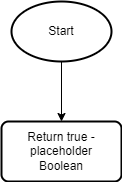
This is Final submission/Behaviour control flow/WalkaboutControlFlow.png from XLmT09/Bunny-Robot, a draw.io export, as it was before one commit. Source tidied: cells renumbered, new cells last; positions are measured from the earlier drawing's top-left corner, leaving out a move shared by most shapes.
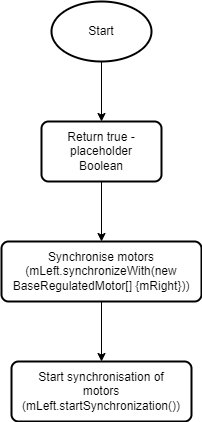
The same diagram one commit later.

Change to the diagram source:
```diff
@@ -12,10 +12,10 @@
       <mxGeometry x="20" y="15" width="60" height="30" as="geometry" />
     </mxCell>
     <mxCell id="5" style="group;" parent="1" vertex="1">
-      <mxGeometry y="120" width="120" height="60" as="geometry" />
+      <mxGeometry y="120" width="120" height="70" as="geometry" />
     </mxCell>
     <mxCell id="6" style="group;" parent="5" vertex="1">
-      <mxGeometry width="120" height="60" as="geometry" />
+      <mxGeometry width="120" height="70" as="geometry" />
     </mxCell>
     <mxCell id="7" style="rounded=1;whiteSpace=wrap;html=1;absoluteArcSize=1;arcSize=14;strokeWidth=2;hachureGap=4;" parent="6" vertex="1">
       <mxGeometry width="120" height="60" as="geometry" />
@@ -26,5 +26,26 @@
     <mxCell id="9" style="endArrow=classic;html=1;rounded=0;sourcePerimeterSpacing=8;targetPerimeterSpacing=8;curved=1;entryX=0.5;entryY=0;entryDx=0;entryDy=0;exitX=0.5;exitY=1;exitDx=0;exitDy=0;exitPerimeter=0;" parent="1" edge="1" source="3" target="7">
       <mxGeometry relative="1" as="geometry" />
     </mxCell>
+    <mxCell id="10" style="endArrow=classic;html=1;rounded=0;sourcePerimeterSpacing=8;targetPerimeterSpacing=8;curved=1;entryX=0.5;entryY=0;entryDx=0;entryDy=0;exitX=0.5;exitY=1;exitDx=0;exitDy=0;" parent="1" edge="1" source="7" target="12">
+      <mxGeometry relative="1" as="geometry" />
+    </mxCell>
+    <mxCell id="11" style="group;" parent="1" vertex="1">
+      <mxGeometry x="-40" y="240" width="200" height="60" as="geometry" />
+    </mxCell>
+    <mxCell id="12" style="rounded=1;whiteSpace=wrap;html=1;absoluteArcSize=1;arcSize=14;strokeWidth=2;hachureGap=4;" parent="11" vertex="1">
+      <mxGeometry width="200" height="60" as="geometry" />
+    </mxCell>
+    <mxCell id="13" value="Synchronise motors (mLeft.synchronizeWith(new BaseRegulatedMotor[] {mRight}))" style="text;html=1;strokeColor=none;fillColor=none;align=center;verticalAlign=middle;whiteSpace=wrap;rounded=0;hachureGap=4;" parent="11" vertex="1">
+      <mxGeometry x="10" y="15" width="180" height="30" as="geometry" />
+    </mxCell>
+    <mxCell id="14" style="rounded=1;whiteSpace=wrap;html=1;absoluteArcSize=1;arcSize=14;strokeWidth=2;hachureGap=4;" parent="1" vertex="1">
+      <mxGeometry x="-30" y="360" width="180" height="60" as="geometry" />
+    </mxCell>
+    <mxCell id="15" value="Start synchronisation of motors (mLeft.startSynchronization())" style="text;html=1;strokeColor=none;fillColor=none;align=center;verticalAlign=middle;whiteSpace=wrap;rounded=0;hachureGap=4;" parent="1" vertex="1">
+      <mxGeometry x="30" y="375" width="60" height="30" as="geometry" />
+    </mxCell>
+    <mxCell id="16" style="endArrow=classic;html=1;rounded=0;sourcePerimeterSpacing=8;targetPerimeterSpacing=8;curved=1;entryX=0.5;entryY=0;entryDx=0;entryDy=0;exitX=0.5;exitY=1;exitDx=0;exitDy=0;" parent="1" edge="1" source="12" target="14">
+      <mxGeometry relative="1" as="geometry" />
+    </mxCell>
   </root>
 </mxGraphModel>
```
